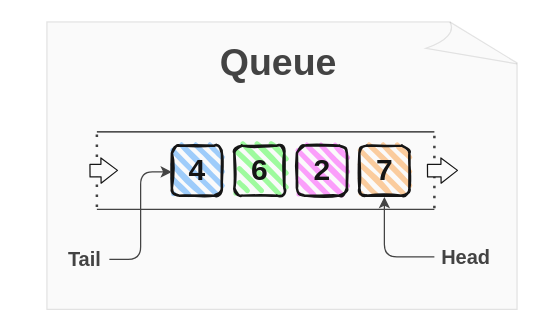
The draw.io diagram page "Queue Data Structure" (1 of 5) of content/posts/123-javascript-queue/diagrams/queue.drawio in panzerdp/dmitripavlutin.com, before the edit. Source tidied: cells renumbered, new cells numbered last; positions are measured from the earlier drawing's top-left corner, leaving out a move shared by most shapes. Both pictures are drawn from the tidied source at 125%, with x=0, y=0 at pixel (21, 21).
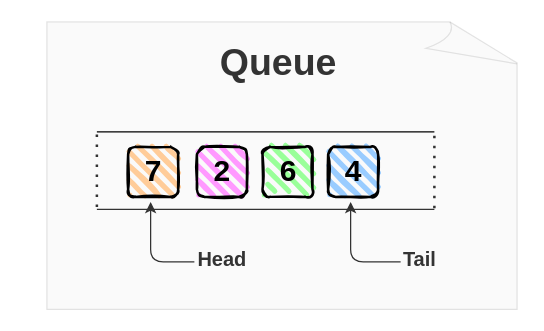
The same page after the edit.

What changed in the source:
```diff
@@
+    <mxCell id="25" style="whiteSpace=wrap;html=1;shape=mxgraph.basic.document;rounded=1;fontSize=16;fontColor=#000099;opacity=10;sketch=0;fillColor=#CCCCCC;" parent="1" vertex="1">
+      <mxGeometry x="20" width="380" height="230" as="geometry" />
+    </mxCell>
@@
     <mxCell id="7" style="group;" parent="1" vertex="1">
-      <mxGeometry x="120" y="99" width="40" height="40" as="geometry" />
+      <mxGeometry x="245" y="100" width="40" height="40" as="geometry" />
     </mxCell>
@@
     <mxCell id="10" style="group;" parent="1" vertex="1">
-      <mxGeometry x="170" y="99" width="230" height="121" as="geometry" />
+      <mxGeometry x="192.5" y="100" width="35" height="50" as="geometry" />
     </mxCell>
@@
     <mxCell id="13" style="group;" parent="1" vertex="1">
-      <mxGeometry x="220" y="99" width="40" height="40" as="geometry" />
+      <mxGeometry x="140" y="100" width="40" height="40" as="geometry" />
     </mxCell>
@@
     <mxCell id="16" style="group;" parent="1" vertex="1">
-      <mxGeometry x="270" y="99" width="40" height="40" as="geometry" />
+      <mxGeometry x="85" y="100" width="40" height="40" as="geometry" />
     </mxCell>
@@
     <mxCell id="19" value="Tail" style="text;strokeColor=none;fillColor=none;html=1;fontSize=16;fontStyle=1;verticalAlign=middle;align=center;rounded=1;fontColor=#333333;" parent="1" vertex="1">
-      <mxGeometry y="170" width="100" height="40" as="geometry" />
+      <mxGeometry x="268" y="170" width="100" height="40" as="geometry" />
     </mxCell>
-    <mxCell id="20" style="edgeStyle=elbowEdgeStyle;elbow=horizontal;endArrow=classic;html=1;strokeColor=#333333;fontSize=20;fontColor=#000099;" parent="1" edge="1">
-      <mxGeometry relative="1" as="geometry">
-        <mxPoint x="70" y="190" as="sourcePoint" />
-        <mxPoint x="120" y="120" as="targetPoint" />
-      </mxGeometry>
-    </mxCell>
     <mxCell id="21" style="edgeStyle=segmentEdgeStyle;endArrow=classic;html=1;strokeColor=#333333;fontSize=16;fontColor=#000099;" parent="1" edge="1">
       <mxGeometry relative="1" as="geometry">
-        <mxPoint x="330" y="188" as="sourcePoint" />
-        <mxPoint x="290" y="140" as="targetPoint" />
+        <mxPoint x="138" y="192" as="sourcePoint" />
+        <mxPoint x="103" y="144" as="targetPoint" />
       </mxGeometry>
     </mxCell>
     <mxCell id="22" value="Head" style="text;strokeColor=none;fillColor=none;html=1;fontSize=16;fontStyle=1;verticalAlign=middle;align=center;rounded=1;fontColor=#333333;" parent="1" vertex="1">
-      <mxGeometry x="315" y="173" width="80" height="30" as="geometry" />
+      <mxGeometry x="120" y="175" width="80" height="30" as="geometry" />
     </mxCell>
-    <mxCell id="23" style="shape=flexArrow;endArrow=classic;html=1;endWidth=9.2;endSize=4.068;fillColor=#ffffff;" parent="1" edge="1">
-      <mxGeometry relative="1" as="geometry">
-        <mxPoint x="54" y="119" as="sourcePoint" />
-        <mxPoint x="77" y="118.8" as="targetPoint" />
-      </mxGeometry>
-    </mxCell>
-    <mxCell id="24" style="shape=flexArrow;endArrow=classic;html=1;endWidth=9.2;endSize=4.068;fillColor=#ffffff;" parent="1" edge="1">
-      <mxGeometry relative="1" as="geometry">
-        <mxPoint x="324" y="119" as="sourcePoint" />
-        <mxPoint x="349" y="118.8" as="targetPoint" />
-      </mxGeometry>
-    </mxCell>
-    <mxCell id="25" style="whiteSpace=wrap;html=1;shape=mxgraph.basic.document;rounded=1;fontSize=16;fontColor=#000099;opacity=10;sketch=0;fillColor=#CCCCCC;" parent="1" vertex="1">
-      <mxGeometry x="20" width="380" height="230" as="geometry" />
-    </mxCell>
+    <mxCell id="26" style="edgeStyle=segmentEdgeStyle;endArrow=classic;html=1;strokeColor=#333333;fontSize=16;fontColor=#000099;" parent="1" edge="1">
+      <mxGeometry relative="1" as="geometry">
+        <mxPoint x="303" y="192" as="sourcePoint" />
+        <mxPoint x="263" y="144" as="targetPoint" />
+      </mxGeometry>
+    </mxCell>
```
